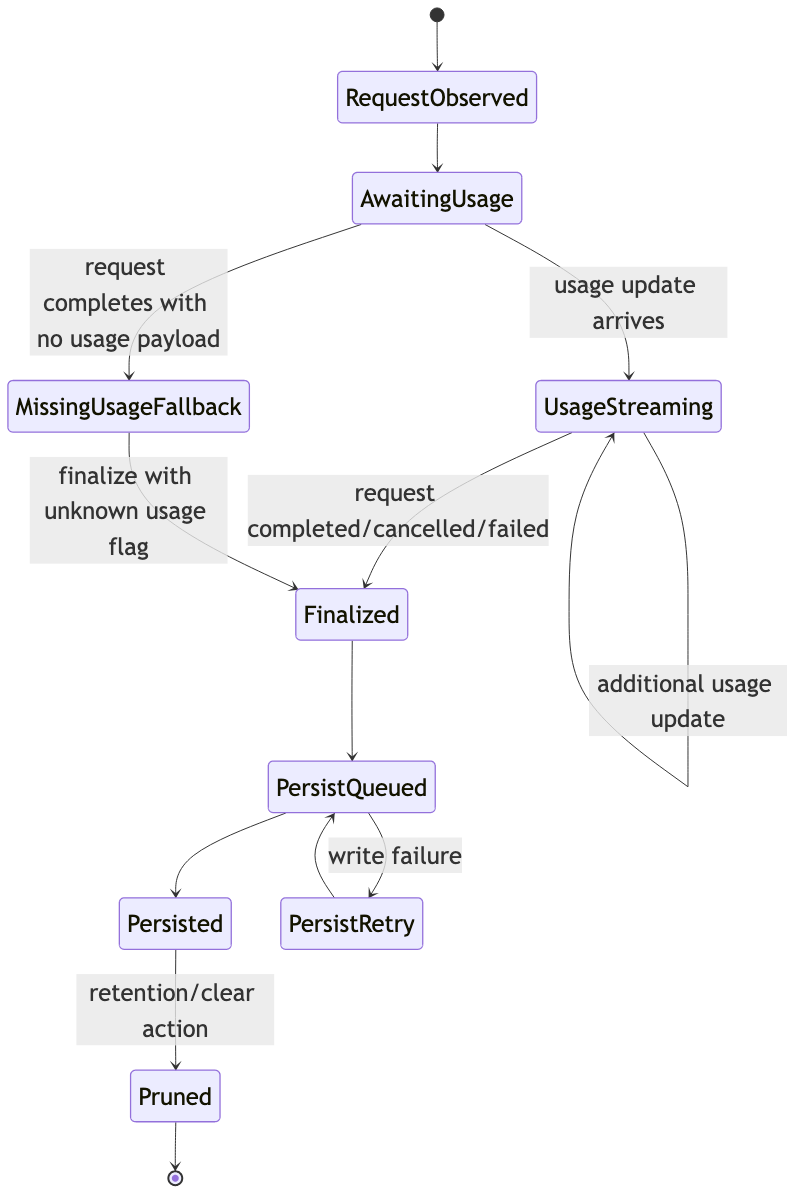
The Mermaid diagram cs485/diagrams/userstory2/state-diagrams-1.png in BrandonHowe/cs485-llm-ide, before a commit. Its source is kept beside it as cs485/diagrams/userstory2/state-diagrams-1.mmd. Source of this version:
```mermaid
stateDiagram-v2
  [*] --> RequestObserved
  RequestObserved --> AwaitingUsage
  AwaitingUsage --> UsageStreaming: usage update arrives
  AwaitingUsage --> MissingUsageFallback: request completes with no usage payload
  UsageStreaming --> UsageStreaming: additional usage update
  UsageStreaming --> Finalized: request completed/cancelled/failed
  MissingUsageFallback --> Finalized: finalize with unknown usage flag
  Finalized --> PersistQueued
  PersistQueued --> Persisted
  PersistQueued --> PersistRetry: write failure
  PersistRetry --> PersistQueued
  Persisted --> Pruned: retention/clear action
  Pruned --> [*]
```
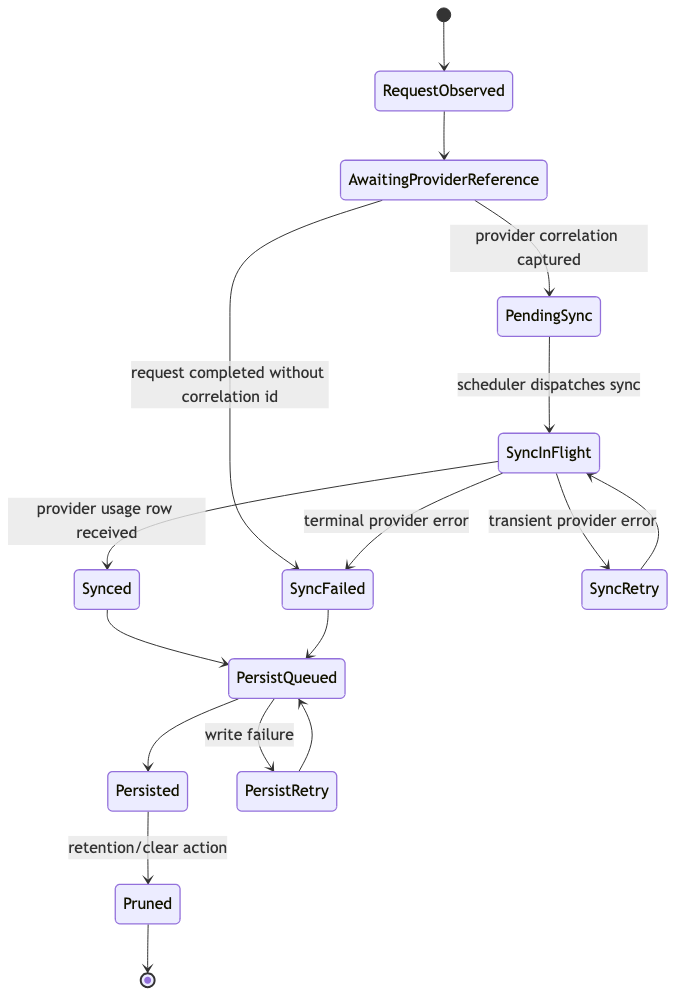
The same file after the commit.

Diff of the diagram source:
```diff
@@ -1,12 +1,15 @@
-stateDiagram-v2
+stateDiagram
   [*] --> RequestObserved
-  RequestObserved --> AwaitingUsage
-  AwaitingUsage --> UsageStreaming: usage update arrives
-  AwaitingUsage --> MissingUsageFallback: request completes with no usage payload
-  UsageStreaming --> UsageStreaming: additional usage update
-  UsageStreaming --> Finalized: request completed/cancelled/failed
-  MissingUsageFallback --> Finalized: finalize with unknown usage flag
-  Finalized --> PersistQueued
+  RequestObserved --> AwaitingProviderReference
+  AwaitingProviderReference --> PendingSync: provider correlation captured
+  AwaitingProviderReference --> SyncFailed: request completed without correlation id
+  PendingSync --> SyncInFlight: scheduler dispatches sync
+  SyncInFlight --> Synced: provider usage row received
+  SyncInFlight --> SyncRetry: transient provider error
+  SyncRetry --> SyncInFlight
+  SyncInFlight --> SyncFailed: terminal provider error
+  Synced --> PersistQueued
+  SyncFailed --> PersistQueued
   PersistQueued --> Persisted
   PersistQueued --> PersistRetry: write failure
   PersistRetry --> PersistQueued
```
